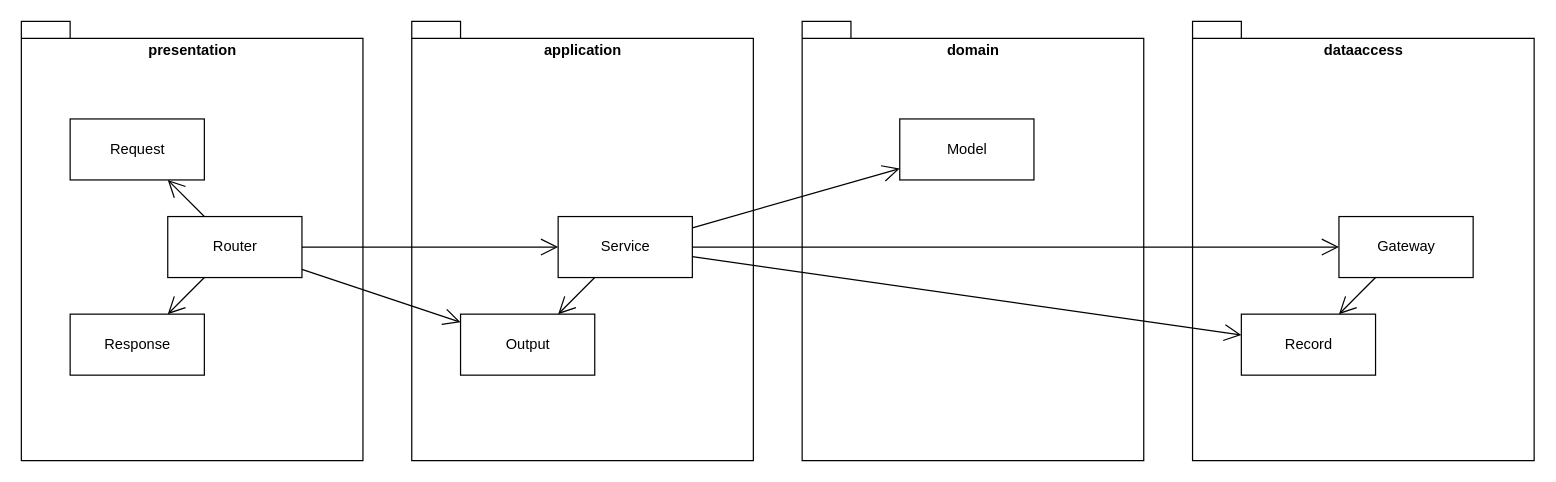
Before: docs/architecture.drawio in kazun1224/Reversi, a draw.io diagram. Source tidied: cells renumbered, new cells numbered last; positions are measured from the earlier drawing's top-left corner, leaving out a move shared by most shapes. Both pictures are drawn from the tidied source at 122%, with x=0, y=0 at pixel (21, 21).
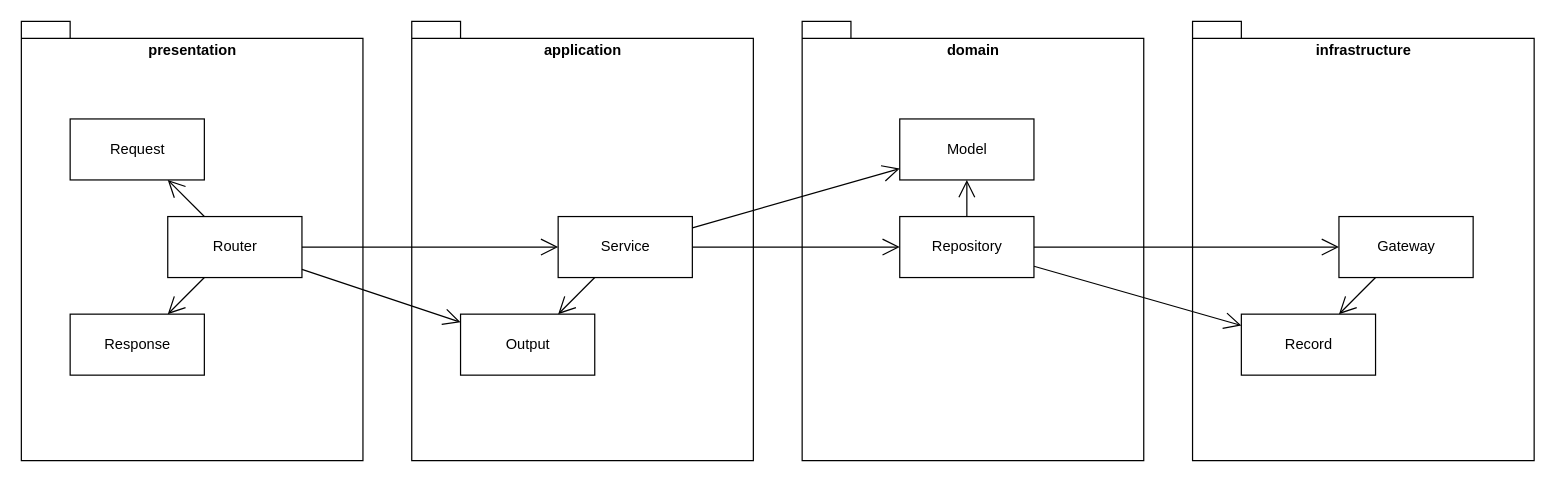
Above is the later version.

Unchanged cells that the change refers to:
```xml
<mxCell id="9" value="Service" style="html=1;" parent="1" vertex="1">
  <mxGeometry x="440" y="160" width="110" height="50" as="geometry" />
</mxCell>
<mxCell id="11" value="Gateway" style="html=1;" parent="1" vertex="1">
  <mxGeometry x="1080" y="160" width="110" height="50" as="geometry" />
</mxCell>
<mxCell id="12" value="Record" style="html=1;" parent="1" vertex="1">
  <mxGeometry x="1000" y="240" width="110" height="50" as="geometry" />
</mxCell>
<mxCell id="21" value="Model" style="html=1;" parent="1" vertex="1">
  <mxGeometry x="720" y="80" width="110" height="50" as="geometry" />
</mxCell>
```

What changed in the source:
```diff
@@
-    <mxCell id="5" value="dataaccess" style="shape=folder;fontStyle=1;spacingTop=10;tabWidth=40;tabHeight=14;tabPosition=left;html=1;verticalAlign=top;fillColor=none;" parent="1" vertex="1">
+    <mxCell id="5" value="infrastructure" style="shape=folder;fontStyle=1;spacingTop=10;tabWidth=40;tabHeight=14;tabPosition=left;html=1;verticalAlign=top;fillColor=none;" parent="1" vertex="1">
       <mxGeometry x="960" width="280" height="360" as="geometry" />
     </mxCell>
@@
-    <mxCell id="18" style="endArrow=open;endFill=1;endSize=12;html=1;" parent="1" edge="1" source="9" target="12">
+    <mxCell id="18" style="endArrow=open;endFill=1;endSize=12;html=1;" parent="1" edge="1" source="23" target="12">
       <mxGeometry relative="1" as="geometry" />
     </mxCell>
-    <mxCell id="19" style="endArrow=open;endFill=1;endSize=12;html=1;" parent="1" edge="1" source="9" target="11">
+    <mxCell id="19" style="endArrow=open;endFill=1;endSize=12;html=1;" parent="1" edge="1" source="9" target="23">
       <mxGeometry relative="1" as="geometry" />
     </mxCell>
@@
+    <mxCell id="23" value="Repository" style="html=1;" parent="1" vertex="1">
+      <mxGeometry x="720" y="160" width="110" height="50" as="geometry" />
+    </mxCell>
+    <mxCell id="24" style="endArrow=open;endFill=1;endSize=12;html=1;" parent="1" edge="1" source="23" target="11">
+      <mxGeometry relative="1" as="geometry" />
+    </mxCell>
+    <mxCell id="25" style="endArrow=open;endFill=1;endSize=12;html=1;" parent="1" edge="1" source="23" target="21">
+      <mxGeometry relative="1" as="geometry" />
+    </mxCell>
```
